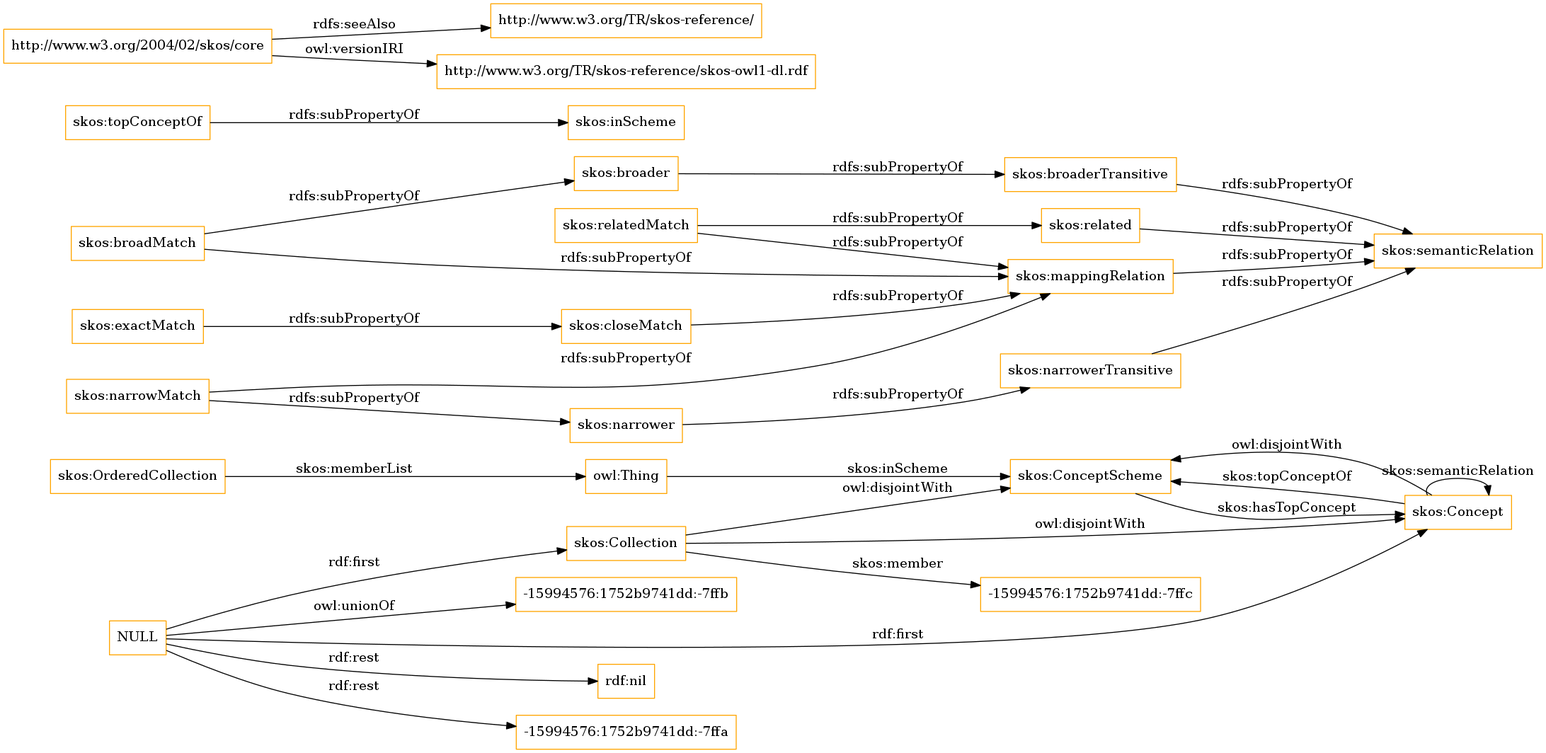
The Graphviz diagram OnToology/imports/skos.owl/diagrams/ar2dtool-class/skos.owl.png in OnToologyUser/core-ontology-1, before a commit. Its source is kept beside it as OnToology/imports/skos.owl/diagrams/ar2dtool-class/skos.owl.png.dot.
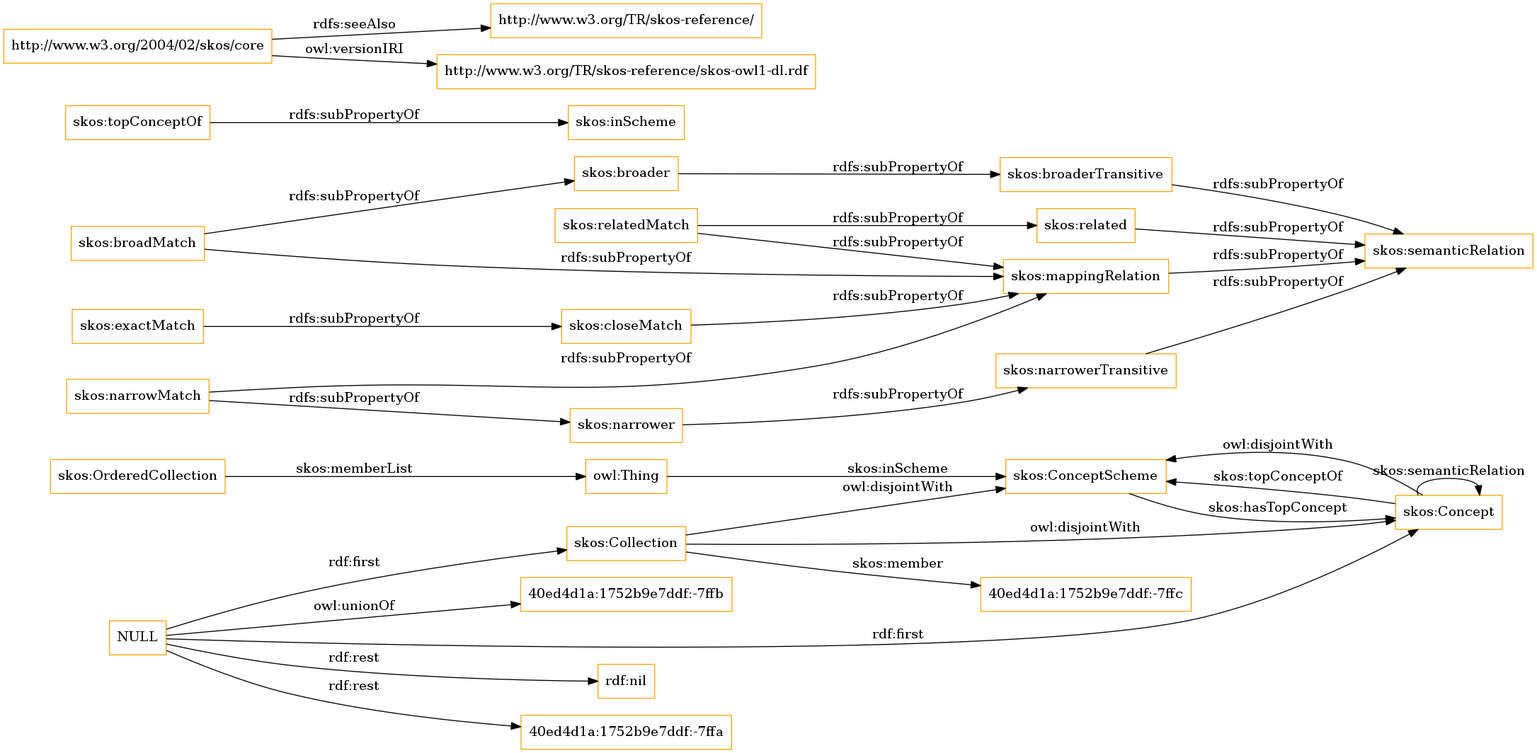
Above is the later version.

Change to the diagram source:
```diff
@@ -1,13 +1,13 @@
 digraph ar2dtool_diagram {
 rankdir=LR;
 size="1501"
-node [shape = rectangle, color="orange"]; "skos:OrderedCollection" "skos:ConceptScheme" "skos:Concept" "skos:Collection" "-15994576:1752b9741dd:-7ffc" ; /*classes style*/
+node [shape = rectangle, color="orange"]; "skos:OrderedCollection" "skos:ConceptScheme" "skos:Concept" "skos:Collection" "40ed4d1a:1752b9e7ddf:-7ffc" ; /*classes style*/
 	"skos:narrowerTransitive" -> "skos:semanticRelation" [ label = "rdfs:subPropertyOf" ];
 	"NULL" -> "rdf:nil" [ label = "rdf:rest" ];
 	"NULL" -> "skos:Concept" [ label = "rdf:first" ];
-	"NULL" -> "-15994576:1752b9741dd:-7ffa" [ label = "rdf:rest" ];
+	"NULL" -> "40ed4d1a:1752b9e7ddf:-7ffa" [ label = "rdf:rest" ];
 	"NULL" -> "skos:Collection" [ label = "rdf:first" ];
-	"NULL" -> "-15994576:1752b9741dd:-7ffb" [ label = "owl:unionOf" ];
+	"NULL" -> "40ed4d1a:1752b9e7ddf:-7ffb" [ label = "owl:unionOf" ];
 	"skos:closeMatch" -> "skos:mappingRelation" [ label = "rdfs:subPropertyOf" ];
 	"skos:Concept" -> "skos:ConceptScheme" [ label = "owl:disjointWith" ];
 	"skos:relatedMatch" -> "skos:related" [ label = "rdfs:subPropertyOf" ];
@@ -30,7 +30,7 @@
 	"skos:OrderedCollection" -> "owl:Thing" [ label = "skos:memberList" ];
 	"skos:Concept" -> "skos:ConceptScheme" [ label = "skos:topConceptOf" ];
 	"skos:Concept" -> "skos:Concept" [ label = "skos:semanticRelation" ];
-	"skos:Collection" -> "-15994576:1752b9741dd:-7ffc" [ label = "skos:member" ];
+	"skos:Collection" -> "40ed4d1a:1752b9e7ddf:-7ffc" [ label = "skos:member" ];
 	"skos:ConceptScheme" -> "skos:Concept" [ label = "skos:hasTopConcept" ];
 	"owl:Thing" -> "skos:ConceptScheme" [ label = "skos:inScheme" ];
 
```
